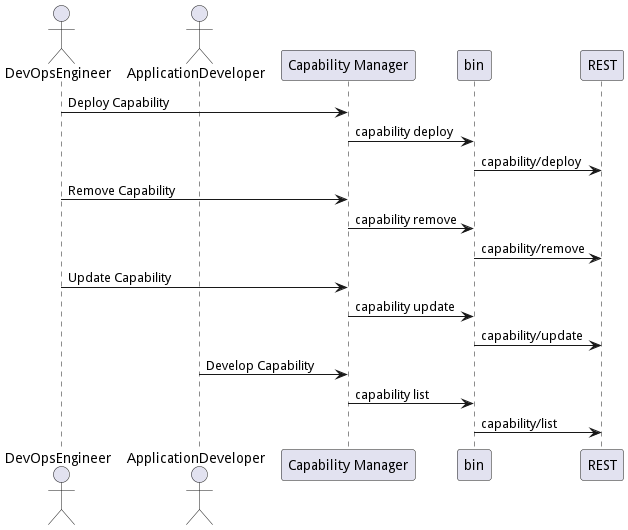
This is docs/sabr/aml/cm/userinteraction.png from madajaju/sabr, a PlantUML export, as it was before one commit. Source of this version:
```plantuml
@startuml


actor "DevOpsEngineer" as devops

actor "ApplicationDeveloper" as applicationdeveloper




devops -> "Capability Manager": Deploy Capability
"Capability Manager" -> bin: capability deploy
bin -> REST: capability/deploy

devops -> "Capability Manager": Remove Capability
"Capability Manager" -> bin: capability remove
bin -> REST: capability/remove

devops -> "Capability Manager": Update Capability
"Capability Manager" -> bin: capability update
bin -> REST: capability/update

applicationdeveloper -> "Capability Manager": Develop Capability
"Capability Manager" -> bin: capability list
bin -> REST: capability/list



@enduml
```
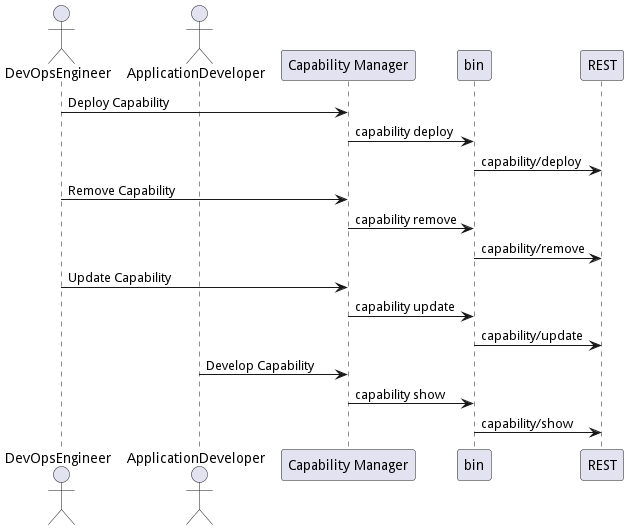
Later version of the same file.

Diff of the diagram source:
```diff
@@ -21,8 +21,8 @@
 bin -> REST: capability/update
 
 applicationdeveloper -> "Capability Manager": Develop Capability
-"Capability Manager" -> bin: capability list
-bin -> REST: capability/list
+"Capability Manager" -> bin: capability show
+bin -> REST: capability/show
 
 
 
```
